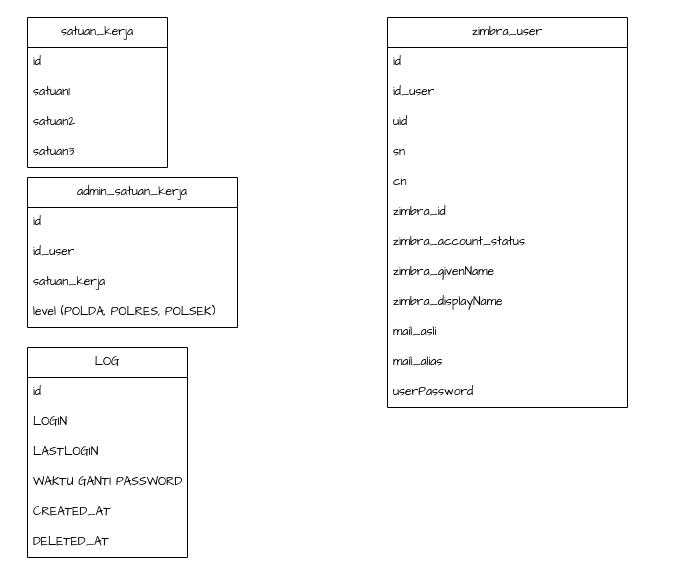
fsdio/draw.io.dev keeps this draw.io diagram as page "table" (7 of 7) of admin_polri.drawio. Above is the earlier version. Source tidied: cells renumbered, new cells numbered last; positions are measured from the earlier drawing's top-left corner, leaving out a move shared by most shapes. Both pictures are drawn from the tidied source at 100%, with x=0, y=0 at pixel (27, 17).
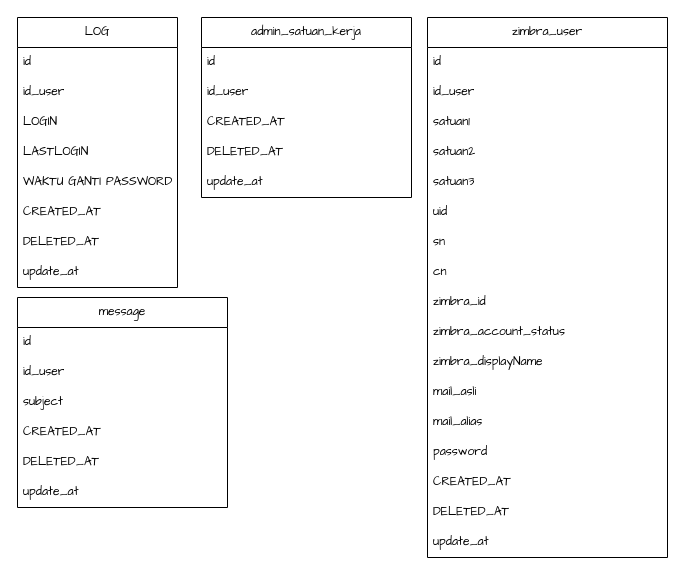
Above is the later version.

Change to the diagram source:
```diff
@@
-    <mxCell id="2" value="satuan_kerja" style="swimlane;fontStyle=0;horizontal=1;startSize=30;whiteSpace=wrap;html=1;hachureGap=4;fontFamily=Architects Daughter;" parent="1" vertex="1">
-      <mxGeometry width="140" height="150" as="geometry" />
-    </mxCell>
-    <mxCell id="3" value="id" style="text;strokeColor=none;fillColor=none;align=left;verticalAlign=middle;spacingLeft=4;spacingRight=4;overflow=hidden;whiteSpace=wrap;html=1;fontFamily=Architects Daughter;" parent="2" vertex="1">
-      <mxGeometry y="30" width="140" height="30" as="geometry" />
-    </mxCell>
+    <mxCell id="7" value="admin_satuan_kerja" style="swimlane;fontStyle=0;horizontal=1;startSize=30;whiteSpace=wrap;html=1;hachureGap=4;fontFamily=Architects Daughter;" parent="1" vertex="1">
+      <mxGeometry x="174" width="210" height="180" as="geometry" />
+    </mxCell>
+    <mxCell id="8" value="id" style="text;strokeColor=none;fillColor=none;align=left;verticalAlign=middle;spacingLeft=4;spacingRight=4;overflow=hidden;whiteSpace=wrap;html=1;fontFamily=Architects Daughter;" parent="7" vertex="1">
+      <mxGeometry y="30" width="210" height="30" as="geometry" />
+    </mxCell>
+    <mxCell id="9" value="id_user" style="text;strokeColor=none;fillColor=none;align=left;verticalAlign=middle;spacingLeft=4;spacingRight=4;overflow=hidden;whiteSpace=wrap;html=1;fontFamily=Architects Daughter;" parent="7" vertex="1">
+      <mxGeometry y="60" width="210" height="30" as="geometry" />
+    </mxCell>
+    <mxCell id="32" value="CREATED_AT" style="text;strokeColor=none;fillColor=none;align=left;verticalAlign=middle;spacingLeft=4;spacingRight=4;overflow=hidden;whiteSpace=wrap;html=1;fontFamily=Architects Daughter;" parent="7" vertex="1">
+      <mxGeometry y="90" width="210" height="30" as="geometry" />
+    </mxCell>
+    <mxCell id="33" value="DELETED_AT" style="text;strokeColor=none;fillColor=none;align=left;verticalAlign=middle;spacingLeft=4;spacingRight=4;overflow=hidden;whiteSpace=wrap;html=1;fontFamily=Architects Daughter;" parent="7" vertex="1">
+      <mxGeometry y="120" width="210" height="30" as="geometry" />
+    </mxCell>
+    <mxCell id="34" value="update_at" style="text;strokeColor=none;fillColor=none;align=left;verticalAlign=middle;spacingLeft=4;spacingRight=4;overflow=hidden;whiteSpace=wrap;html=1;fontFamily=Architects Daughter;" parent="7" vertex="1">
+      <mxGeometry y="150" width="210" height="30" as="geometry" />
+    </mxCell>
+    <mxCell id="12" value="zimbra_user" style="swimlane;fontStyle=0;horizontal=1;startSize=30;whiteSpace=wrap;html=1;hachureGap=4;fontFamily=Architects Daughter;" parent="1" vertex="1">
+      <mxGeometry x="400" width="240" height="540" as="geometry" />
+    </mxCell>
+    <mxCell id="13" value="id" style="text;strokeColor=none;fillColor=none;align=left;verticalAlign=middle;spacingLeft=4;spacingRight=4;overflow=hidden;whiteSpace=wrap;html=1;fontFamily=Architects Daughter;" parent="12" vertex="1">
+      <mxGeometry y="30" width="240" height="30" as="geometry" />
+    </mxCell>
+    <mxCell id="14" value="id_user" style="text;strokeColor=none;fillColor=none;align=left;verticalAlign=middle;spacingLeft=4;spacingRight=4;overflow=hidden;whiteSpace=wrap;html=1;fontFamily=Architects Daughter;" parent="12" vertex="1">
+      <mxGeometry y="60" width="240" height="30" as="geometry" />
+    </mxCell>
-    <mxCell id="4" value="satuan1" style="text;strokeColor=none;fillColor=none;align=left;verticalAlign=middle;spacingLeft=4;spacingRight=4;overflow=hidden;whiteSpace=wrap;html=1;fontFamily=Architects Daughter;" parent="2" vertex="1">
-      <mxGeometry y="60" width="140" height="30" as="geometry" />
+    <mxCell id="4" value="satuan1" style="text;strokeColor=none;fillColor=none;align=left;verticalAlign=middle;spacingLeft=4;spacingRight=4;overflow=hidden;whiteSpace=wrap;html=1;fontFamily=Architects Daughter;" parent="12" vertex="1">
+      <mxGeometry y="90" width="240" height="30" as="geometry" />
     </mxCell>
-    <mxCell id="5" value="satuan2" style="text;strokeColor=none;fillColor=none;align=left;verticalAlign=middle;spacingLeft=4;spacingRight=4;overflow=hidden;whiteSpace=wrap;html=1;fontFamily=Architects Daughter;" parent="2" vertex="1">
-      <mxGeometry y="90" width="140" height="30" as="geometry" />
+    <mxCell id="5" value="satuan2" style="text;strokeColor=none;fillColor=none;align=left;verticalAlign=middle;spacingLeft=4;spacingRight=4;overflow=hidden;whiteSpace=wrap;html=1;fontFamily=Architects Daughter;" parent="12" vertex="1">
+      <mxGeometry y="120" width="240" height="30" as="geometry" />
     </mxCell>
-    <mxCell id="6" value="satuan3" style="text;strokeColor=none;fillColor=none;align=left;verticalAlign=middle;spacingLeft=4;spacingRight=4;overflow=hidden;whiteSpace=wrap;html=1;fontFamily=Architects Daughter;" parent="2" vertex="1">
-      <mxGeometry y="120" width="140" height="30" as="geometry" />
+    <mxCell id="6" value="satuan3" style="text;strokeColor=none;fillColor=none;align=left;verticalAlign=middle;spacingLeft=4;spacingRight=4;overflow=hidden;whiteSpace=wrap;html=1;fontFamily=Architects Daughter;" parent="12" vertex="1">
+      <mxGeometry y="150" width="240" height="30" as="geometry" />
     </mxCell>
-    <mxCell id="7" value="admin_satuan_kerja" style="swimlane;fontStyle=0;horizontal=1;startSize=30;whiteSpace=wrap;html=1;hachureGap=4;fontFamily=Architects Daughter;" parent="1" vertex="1">
-      <mxGeometry y="160" width="210" height="150" as="geometry" />
-    </mxCell>
-    <mxCell id="8" value="id" style="text;strokeColor=none;fillColor=none;align=left;verticalAlign=middle;spacingLeft=4;spacingRight=4;overflow=hidden;whiteSpace=wrap;html=1;fontFamily=Architects Daughter;" parent="7" vertex="1">
-      <mxGeometry y="30" width="210" height="30" as="geometry" />
-    </mxCell>
-    <mxCell id="9" value="id_user" style="text;strokeColor=none;fillColor=none;align=left;verticalAlign=middle;spacingLeft=4;spacingRight=4;overflow=hidden;whiteSpace=wrap;html=1;fontFamily=Architects Daughter;" parent="7" vertex="1">
-      <mxGeometry y="60" width="210" height="30" as="geometry" />
-    </mxCell>
-    <mxCell id="10" value="satuan_kerja" style="text;strokeColor=none;fillColor=none;align=left;verticalAlign=middle;spacingLeft=4;spacingRight=4;overflow=hidden;whiteSpace=wrap;html=1;fontFamily=Architects Daughter;" parent="7" vertex="1">
-      <mxGeometry y="90" width="210" height="30" as="geometry" />
-    </mxCell>
-    <mxCell id="11" value="level (POLDA, POLRES, POLSEK)" style="text;strokeColor=none;fillColor=none;align=left;verticalAlign=middle;spacingLeft=4;spacingRight=4;overflow=hidden;whiteSpace=wrap;html=1;fontFamily=Architects Daughter;" parent="7" vertex="1">
-      <mxGeometry y="120" width="210" height="30" as="geometry" />
-    </mxCell>
-    <mxCell id="12" value="zimbra_user" style="swimlane;fontStyle=0;horizontal=1;startSize=30;whiteSpace=wrap;html=1;hachureGap=4;fontFamily=Architects Daughter;" parent="1" vertex="1">
-      <mxGeometry x="360" width="240" height="390" as="geometry" />
-    </mxCell>
-    <mxCell id="13" value="id" style="text;strokeColor=none;fillColor=none;align=left;verticalAlign=middle;spacingLeft=4;spacingRight=4;overflow=hidden;whiteSpace=wrap;html=1;fontFamily=Architects Daughter;" parent="12" vertex="1">
-      <mxGeometry y="30" width="240" height="30" as="geometry" />
-    </mxCell>
-    <mxCell id="14" value="id_user" style="text;strokeColor=none;fillColor=none;align=left;verticalAlign=middle;spacingLeft=4;spacingRight=4;overflow=hidden;whiteSpace=wrap;html=1;fontFamily=Architects Daughter;" parent="12" vertex="1">
-      <mxGeometry y="60" width="240" height="30" as="geometry" />
-    </mxCell>
     <mxCell id="15" value="uid" style="text;strokeColor=none;fillColor=none;align=left;verticalAlign=middle;spacingLeft=4;spacingRight=4;overflow=hidden;whiteSpace=wrap;html=1;fontFamily=Architects Daughter;" parent="12" vertex="1">
-      <mxGeometry y="90" width="240" height="30" as="geometry" />
+      <mxGeometry y="180" width="240" height="30" as="geometry" />
     </mxCell>
     <mxCell id="16" value="sn" style="text;strokeColor=none;fillColor=none;align=left;verticalAlign=middle;spacingLeft=4;spacingRight=4;overflow=hidden;whiteSpace=wrap;html=1;fontFamily=Architects Daughter;" parent="12" vertex="1">
-      <mxGeometry y="120" width="240" height="30" as="geometry" />
+      <mxGeometry y="210" width="240" height="30" as="geometry" />
     </mxCell>
     <mxCell id="17" value="cn" style="text;strokeColor=none;fillColor=none;align=left;verticalAlign=middle;spacingLeft=4;spacingRight=4;overflow=hidden;whiteSpace=wrap;html=1;fontFamily=Architects Daughter;" parent="12" vertex="1">
-      <mxGeometry y="150" width="240" height="30" as="geometry" />
+      <mxGeometry y="240" width="240" height="30" as="geometry" />
     </mxCell>
     <mxCell id="18" value="zimbra_id" style="text;strokeColor=none;fillColor=none;align=left;verticalAlign=middle;spacingLeft=4;spacingRight=4;overflow=hidden;whiteSpace=wrap;html=1;fontFamily=Architects Daughter;" parent="12" vertex="1">
-      <mxGeometry y="180" width="240" height="30" as="geometry" />
+      <mxGeometry y="270" width="240" height="30" as="geometry" />
     </mxCell>
     <mxCell id="19" value="zimbra_account_status" style="text;strokeColor=none;fillColor=none;align=left;verticalAlign=middle;spacingLeft=4;spacingRight=4;overflow=hidden;whiteSpace=wrap;html=1;fontFamily=Architects Daughter;" parent="12" vertex="1">
-      <mxGeometry y="210" width="240" height="30" as="geometry" />
+      <mxGeometry y="300" width="240" height="30" as="geometry" />
     </mxCell>
-    <mxCell id="20" value="zimbra_givenName" style="text;strokeColor=none;fillColor=none;align=left;verticalAlign=middle;spacingLeft=4;spacingRight=4;overflow=hidden;whiteSpace=wrap;html=1;fontFamily=Architects Daughter;" parent="12" vertex="1">
-      <mxGeometry y="240" width="240" height="30" as="geometry" />
-    </mxCell>
     <mxCell id="21" value="zimbra_displayName" style="text;strokeColor=none;fillColor=none;align=left;verticalAlign=middle;spacingLeft=4;spacingRight=4;overflow=hidden;whiteSpace=wrap;html=1;fontFamily=Architects Daughter;" parent="12" vertex="1">
-      <mxGeometry y="270" width="240" height="30" as="geometry" />
+      <mxGeometry y="330" width="240" height="30" as="geometry" />
     </mxCell>
     <mxCell id="22" value="mail_asli" style="text;strokeColor=none;fillColor=none;align=left;verticalAlign=middle;spacingLeft=4;spacingRight=4;overflow=hidden;whiteSpace=wrap;html=1;fontFamily=Architects Daughter;" parent="12" vertex="1">
-      <mxGeometry y="300" width="240" height="30" as="geometry" />
+      <mxGeometry y="360" width="240" height="30" as="geometry" />
     </mxCell>
     <mxCell id="23" value="mail_alias" style="text;strokeColor=none;fillColor=none;align=left;verticalAlign=middle;spacingLeft=4;spacingRight=4;overflow=hidden;whiteSpace=wrap;html=1;fontFamily=Architects Daughter;" parent="12" vertex="1">
-      <mxGeometry y="330" width="240" height="30" as="geometry" />
+      <mxGeometry y="390" width="240" height="30" as="geometry" />
     </mxCell>
-    <mxCell id="24" value="userPassword" style="text;strokeColor=none;fillColor=none;align=left;verticalAlign=middle;spacingLeft=4;spacingRight=4;overflow=hidden;whiteSpace=wrap;html=1;fontFamily=Architects Daughter;" parent="12" vertex="1">
-      <mxGeometry y="360" width="240" height="30" as="geometry" />
+    <mxCell id="24" value="password" style="text;strokeColor=none;fillColor=none;align=left;verticalAlign=middle;spacingLeft=4;spacingRight=4;overflow=hidden;whiteSpace=wrap;html=1;fontFamily=Architects Daughter;" parent="12" vertex="1">
+      <mxGeometry y="420" width="240" height="30" as="geometry" />
     </mxCell>
+    <mxCell id="35" value="CREATED_AT" style="text;strokeColor=none;fillColor=none;align=left;verticalAlign=middle;spacingLeft=4;spacingRight=4;overflow=hidden;whiteSpace=wrap;html=1;fontFamily=Architects Daughter;" parent="12" vertex="1">
+      <mxGeometry y="450" width="240" height="30" as="geometry" />
+    </mxCell>
+    <mxCell id="36" value="DELETED_AT" style="text;strokeColor=none;fillColor=none;align=left;verticalAlign=middle;spacingLeft=4;spacingRight=4;overflow=hidden;whiteSpace=wrap;html=1;fontFamily=Architects Daughter;" parent="12" vertex="1">
+      <mxGeometry y="480" width="240" height="30" as="geometry" />
+    </mxCell>
+    <mxCell id="37" value="update_at" style="text;strokeColor=none;fillColor=none;align=left;verticalAlign=middle;spacingLeft=4;spacingRight=4;overflow=hidden;whiteSpace=wrap;html=1;fontFamily=Architects Daughter;" parent="12" vertex="1">
+      <mxGeometry y="510" width="240" height="30" as="geometry" />
+    </mxCell>
     <mxCell id="25" value="LOG" style="swimlane;fontStyle=0;horizontal=1;startSize=30;whiteSpace=wrap;html=1;hachureGap=4;fontFamily=Architects Daughter;" parent="1" vertex="1">
-      <mxGeometry y="330" width="160" height="210" as="geometry" />
+      <mxGeometry x="-10" width="160" height="270" as="geometry" />
     </mxCell>
@@
+    <mxCell id="38" value="id_user" style="text;strokeColor=none;fillColor=none;align=left;verticalAlign=middle;spacingLeft=4;spacingRight=4;overflow=hidden;whiteSpace=wrap;html=1;fontFamily=Architects Daughter;" parent="25" vertex="1">
+      <mxGeometry y="60" width="160" height="30" as="geometry" />
+    </mxCell>
     <mxCell id="27" value="LOGIN" style="text;strokeColor=none;fillColor=none;align=left;verticalAlign=middle;spacingLeft=4;spacingRight=4;overflow=hidden;whiteSpace=wrap;html=1;fontFamily=Architects Daughter;" parent="25" vertex="1">
-      <mxGeometry y="60" width="160" height="30" as="geometry" />
+      <mxGeometry y="90" width="160" height="30" as="geometry" />
     </mxCell>
     <mxCell id="28" value="LASTLOGIN" style="text;strokeColor=none;fillColor=none;align=left;verticalAlign=middle;spacingLeft=4;spacingRight=4;overflow=hidden;whiteSpace=wrap;html=1;fontFamily=Architects Daughter;" parent="25" vertex="1">
-      <mxGeometry y="90" width="160" height="30" as="geometry" />
+      <mxGeometry y="120" width="160" height="30" as="geometry" />
     </mxCell>
     <mxCell id="29" value="WAKTU GANTI PASSWORD" style="text;strokeColor=none;fillColor=none;align=left;verticalAlign=middle;spacingLeft=4;spacingRight=4;overflow=hidden;whiteSpace=wrap;html=1;fontFamily=Architects Daughter;" parent="25" vertex="1">
-      <mxGeometry y="120" width="160" height="30" as="geometry" />
+      <mxGeometry y="150" width="160" height="30" as="geometry" />
     </mxCell>
     <mxCell id="30" value="CREATED_AT" style="text;strokeColor=none;fillColor=none;align=left;verticalAlign=middle;spacingLeft=4;spacingRight=4;overflow=hidden;whiteSpace=wrap;html=1;fontFamily=Architects Daughter;" parent="25" vertex="1">
-      <mxGeometry y="150" width="160" height="30" as="geometry" />
+      <mxGeometry y="180" width="160" height="30" as="geometry" />
     </mxCell>
     <mxCell id="31" value="DELETED_AT" style="text;strokeColor=none;fillColor=none;align=left;verticalAlign=middle;spacingLeft=4;spacingRight=4;overflow=hidden;whiteSpace=wrap;html=1;fontFamily=Architects Daughter;" parent="25" vertex="1">
-      <mxGeometry y="180" width="160" height="30" as="geometry" />
+      <mxGeometry y="210" width="160" height="30" as="geometry" />
     </mxCell>
+    <mxCell id="39" value="update_at" style="text;strokeColor=none;fillColor=none;align=left;verticalAlign=middle;spacingLeft=4;spacingRight=4;overflow=hidden;whiteSpace=wrap;html=1;fontFamily=Architects Daughter;" parent="25" vertex="1">
+      <mxGeometry y="240" width="160" height="30" as="geometry" />
+    </mxCell>
+    <mxCell id="40" value="message" style="swimlane;fontStyle=0;horizontal=1;startSize=30;whiteSpace=wrap;html=1;hachureGap=4;fontFamily=Architects Daughter;" parent="1" vertex="1">
+      <mxGeometry x="-10" y="280" width="210" height="210" as="geometry" />
+    </mxCell>
+    <mxCell id="3" value="id" style="text;strokeColor=none;fillColor=none;align=left;verticalAlign=middle;spacingLeft=4;spacingRight=4;overflow=hidden;whiteSpace=wrap;html=1;fontFamily=Architects Daughter;" parent="40" vertex="1">
+      <mxGeometry y="30" width="210" height="30" as="geometry" />
+    </mxCell>
+    <mxCell id="41" value="id_user" style="text;strokeColor=none;fillColor=none;align=left;verticalAlign=middle;spacingLeft=4;spacingRight=4;overflow=hidden;whiteSpace=wrap;html=1;fontFamily=Architects Daughter;" parent="40" vertex="1">
+      <mxGeometry y="60" width="210" height="30" as="geometry" />
+    </mxCell>
+    <mxCell id="42" value="subject" style="text;strokeColor=none;fillColor=none;align=left;verticalAlign=middle;spacingLeft=4;spacingRight=4;overflow=hidden;whiteSpace=wrap;html=1;fontFamily=Architects Daughter;" parent="40" vertex="1">
+      <mxGeometry y="90" width="210" height="30" as="geometry" />
+    </mxCell>
+    <mxCell id="43" value="CREATED_AT" style="text;strokeColor=none;fillColor=none;align=left;verticalAlign=middle;spacingLeft=4;spacingRight=4;overflow=hidden;whiteSpace=wrap;html=1;fontFamily=Architects Daughter;" parent="40" vertex="1">
+      <mxGeometry y="120" width="210" height="30" as="geometry" />
+    </mxCell>
+    <mxCell id="44" value="DELETED_AT" style="text;strokeColor=none;fillColor=none;align=left;verticalAlign=middle;spacingLeft=4;spacingRight=4;overflow=hidden;whiteSpace=wrap;html=1;fontFamily=Architects Daughter;" parent="40" vertex="1">
+      <mxGeometry y="150" width="210" height="30" as="geometry" />
+    </mxCell>
+    <mxCell id="45" value="update_at" style="text;strokeColor=none;fillColor=none;align=left;verticalAlign=middle;spacingLeft=4;spacingRight=4;overflow=hidden;whiteSpace=wrap;html=1;fontFamily=Architects Daughter;" parent="40" vertex="1">
+      <mxGeometry y="180" width="210" height="30" as="geometry" />
+    </mxCell>
```
